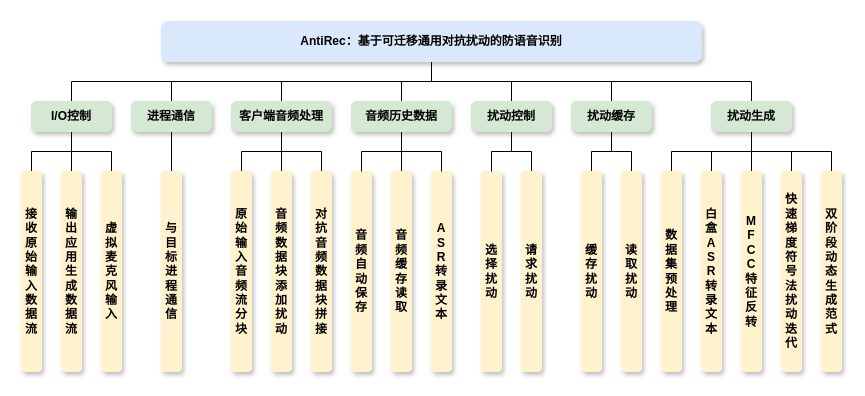
This is 信安作品赛-系统功能模块.drawio from Momoyeyu/Draw.io-Repo, a draw.io file, before an edit. Source tidied: cells renumbered, new cells numbered last; positions are measured from the earlier drawing's top-left corner, leaving out a move shared by most shapes. Both pictures are drawn from the tidied source at 100%, with x=0, y=0 at pixel (21, 21).
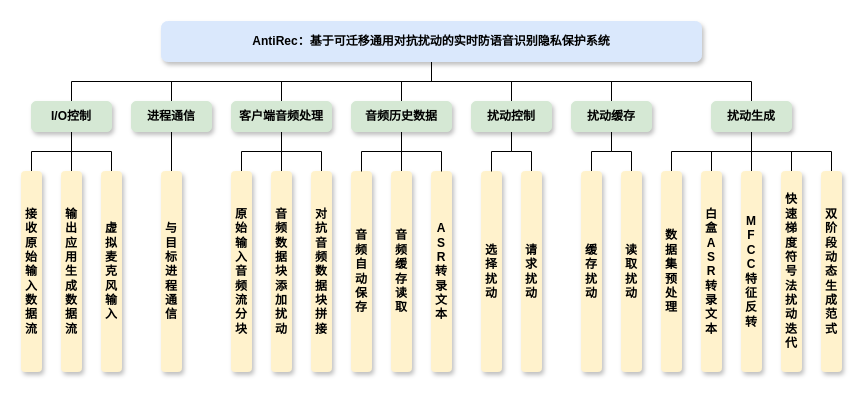
The same page after the edit.

Commit message:
更新信安作品赛-系统功能模块.drawio

Diff of the diagram source:
```diff
@@
-    <mxCell id="9" value="AntiRec：基于可迁移通用对抗扰动的防语音识别" style="rounded=1;whiteSpace=wrap;html=1;fillColor=#DAE8FC;strokeColor=#DAE8FC;shadow=1;fontStyle=1;" parent="1" vertex="1">
+    <mxCell id="9" value="AntiRec：基于可迁移通用对抗扰动的实时防语音识别隐私保护系统" style="rounded=1;whiteSpace=wrap;html=1;fillColor=#DAE8FC;strokeColor=#DAE8FC;shadow=1;fontStyle=1;" parent="1" vertex="1">
       <mxGeometry x="140" width="540" height="40" as="geometry" />
     </mxCell>
```
